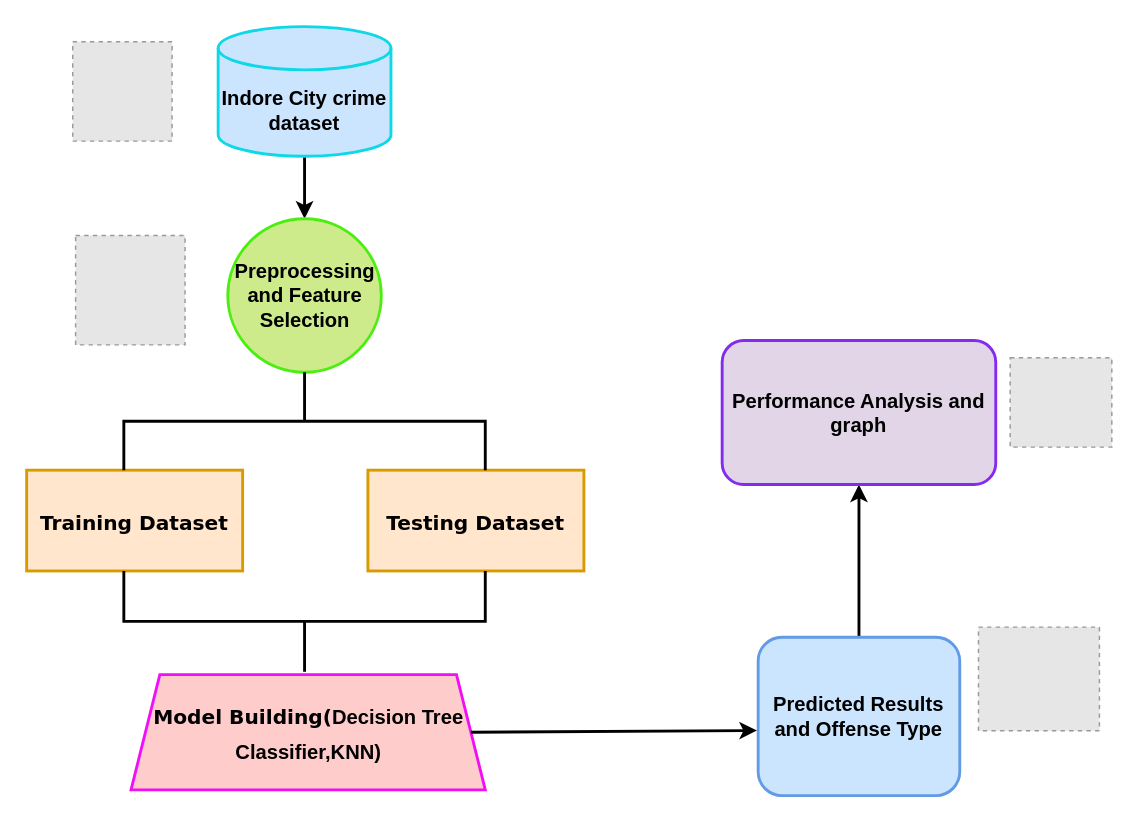
The draw.io diagram Untitled Diagram.drawio in ChanumoluGayathri/System_Design, before the edit. Source tidied: cells renumbered, new cells numbered last; positions are measured from the earlier drawing's top-left corner, leaving out a move shared by most shapes. Both pictures are drawn from the tidied source at 144%, with x=0, y=0 at pixel (26, 26). Pictures stored in the file or linked from it are replaced by grey dashed boxes.
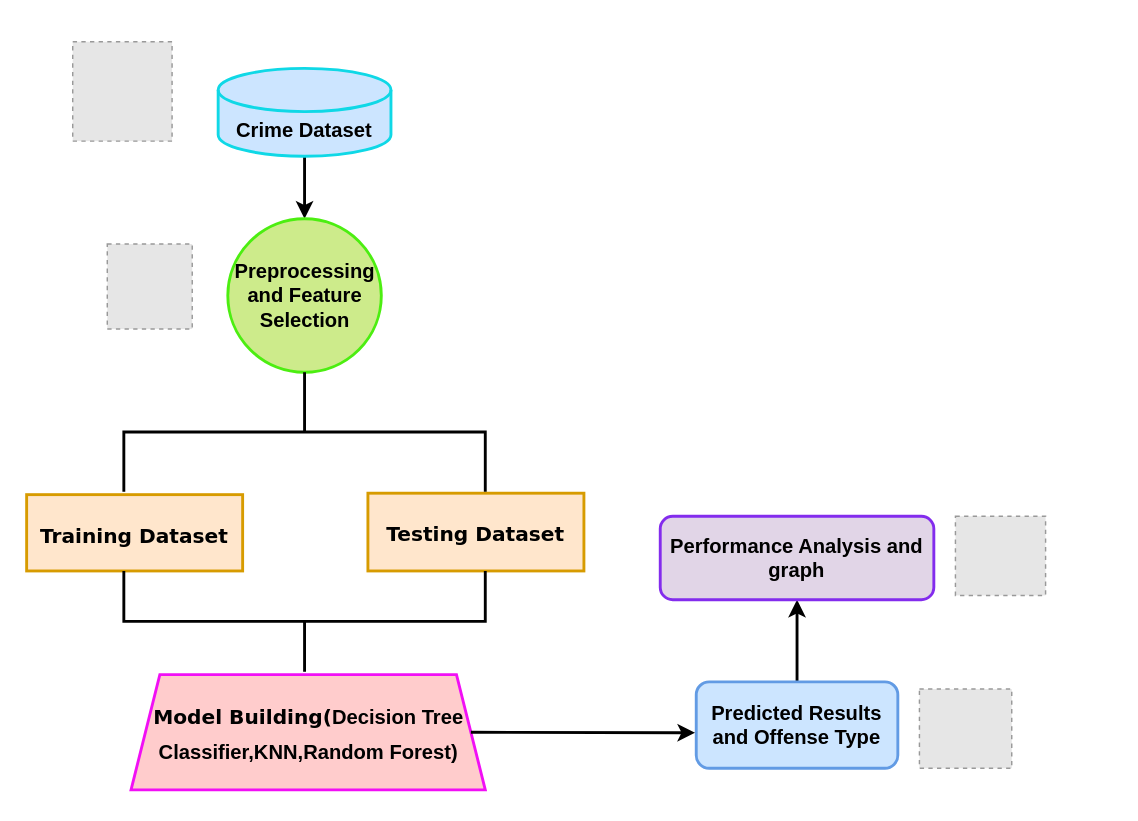
The same page after the edit.

Change to the diagram source:
```diff
@@
 <mxGraphModel>
   <root>
     <mxCell id="0" />
     <mxCell id="1" parent="0" />
     <mxCell id="2" style="edgeStyle=orthogonalEdgeStyle;rounded=0;jettySize=auto;html=1;strokeWidth=2;" parent="1" edge="1" source="3" target="4">
       <mxGeometry relative="1" as="geometry" />
     </mxCell>
-    <mxCell id="3" value="&lt;span style=&quot;font-size: 14px;&quot;&gt;&lt;b&gt;Indore City crime dataset&lt;/b&gt;&lt;/span&gt;" style="shape=cylinder3;whiteSpace=wrap;html=1;boundedLbl=1;backgroundOutline=1;size=15;fillColor=#cce5ff;strokeColor=#0fd8e6;strokeWidth=2;" parent="1" vertex="1">
-      <mxGeometry x="133" width="120" height="90" as="geometry" />
+    <mxCell id="3" value="&lt;span style=&quot;font-size: 14px;&quot;&gt;&lt;b&gt;Crime Dataset&lt;/b&gt;&lt;/span&gt;" style="shape=cylinder3;whiteSpace=wrap;html=1;boundedLbl=1;backgroundOutline=1;size=15;fillColor=#cce5ff;strokeColor=#0fd8e6;strokeWidth=2;" parent="1" vertex="1">
+      <mxGeometry x="133" y="29" width="120" height="61" as="geometry" />
     </mxCell>
     <mxCell id="4" value="&lt;b style=&quot;font-size: 14px;&quot;&gt;&lt;font style=&quot;font-size: 14px;&quot;&gt;Preprocessing and Feature S&lt;/font&gt;election&lt;/b&gt;" style="ellipse;whiteSpace=wrap;html=1;fillColor=#cdeb8b;strokeColor=#4cee11;strokeWidth=2;" parent="1" vertex="1">
       <mxGeometry x="139.7" y="133.4" width="106.6" height="106.6" as="geometry" />
     </mxCell>
     <mxCell id="5" style="edgeStyle=orthogonalEdgeStyle;rounded=0;jettySize=auto;html=1;strokeWidth=2;" parent="1" edge="1" source="6" target="7">
       <mxGeometry relative="1" as="geometry" />
     </mxCell>
     <mxCell id="6" value="&lt;b&gt;&lt;font style=&quot;font-size: 14px;&quot;&gt;Predicted Results and Offense Type&lt;/font&gt;&lt;/b&gt;" style="rounded=1;whiteSpace=wrap;html=1;fillColor=#cce5ff;strokeColor=#629be4;strokeWidth=2;" parent="1" vertex="1">
-      <mxGeometry x="508" y="424" width="140" height="110" as="geometry" />
+      <mxGeometry x="465" y="455" width="140" height="60" as="geometry" />
     </mxCell>
     <mxCell id="7" value="&lt;b&gt;&lt;font style=&quot;font-size: 14px;&quot;&gt;Performance Analysis and graph&lt;/font&gt;&lt;/b&gt;" style="rounded=1;whiteSpace=wrap;html=1;fillColor=#e1d5e7;strokeColor=#832ced;strokeWidth=2;" parent="1" vertex="1">
-      <mxGeometry x="483" y="218" width="190" height="100" as="geometry" />
+      <mxGeometry x="440" y="340" width="190" height="58" as="geometry" />
     </mxCell>
     <mxCell id="8" value="&lt;font size=&quot;1&quot; face=&quot;Verdana&quot;&gt;&lt;b style=&quot;font-size: 14px;&quot;&gt;Training Dataset&lt;/b&gt;&lt;/font&gt;" style="whiteSpace=wrap;html=1;hachureGap=4;fontFamily=Architects Daughter;fontSize=20;fillColor=#ffe6cc;strokeColor=#d79b00;strokeWidth=2;" parent="1" vertex="1">
-      <mxGeometry y="308" width="150" height="70" as="geometry" />
+      <mxGeometry y="325" width="150" height="53" as="geometry" />
     </mxCell>
     <mxCell id="9" value="&lt;font size=&quot;1&quot; face=&quot;Verdana&quot;&gt;&lt;b style=&quot;font-size: 14px;&quot;&gt;Testing Dataset&lt;/b&gt;&lt;/font&gt;" style="rounded=0;whiteSpace=wrap;html=1;hachureGap=4;fontFamily=Architects Daughter;fontSize=20;fillColor=#ffe6cc;strokeColor=#d79b00;strokeWidth=2;" parent="1" vertex="1">
-      <mxGeometry x="237" y="308" width="150" height="70" as="geometry" />
+      <mxGeometry x="237" y="324" width="150" height="54" as="geometry" />
     </mxCell>
-    <mxCell id="10" value="&lt;font style=&quot;font-size: 14px;&quot;&gt;&lt;b&gt;&lt;font style=&quot;font-size: 14px;&quot; face=&quot;Verdana&quot;&gt;Model Building(&lt;/font&gt;&lt;span style=&quot;border-color: var(--border-color); font-family: Helvetica;&quot;&gt;&lt;font style=&quot;border-color: var(--border-color); font-size: 14px;&quot;&gt;Decision Tree Classifier,KNN)&lt;/font&gt;&lt;/span&gt;&lt;/b&gt;&lt;/font&gt;" style="shape=trapezoid;perimeter=trapezoidPerimeter;whiteSpace=wrap;html=1;fixedSize=1;fontSize=20;fontFamily=Architects Daughter;hachureGap=4;fillColor=#ffcccc;strokeColor=#f10ff5;strokeWidth=2;" parent="1" vertex="1">
+    <mxCell id="10" value="&lt;font style=&quot;font-size: 14px;&quot;&gt;&lt;b&gt;&lt;font style=&quot;font-size: 14px;&quot; face=&quot;Verdana&quot;&gt;Model Building(&lt;/font&gt;&lt;span style=&quot;border-color: var(--border-color); font-family: Helvetica;&quot;&gt;&lt;font style=&quot;border-color: var(--border-color); font-size: 14px;&quot;&gt;Decision Tree Classifier,KNN,Random Forest)&lt;/font&gt;&lt;/span&gt;&lt;/b&gt;&lt;/font&gt;" style="shape=trapezoid;perimeter=trapezoidPerimeter;whiteSpace=wrap;html=1;fixedSize=1;fontSize=20;fontFamily=Architects Daughter;hachureGap=4;fillColor=#ffcccc;strokeColor=#f10ff5;strokeWidth=2;" parent="1" vertex="1">
       <mxGeometry x="72.5" y="450" width="246" height="80" as="geometry" />
     </mxCell>
     <mxCell id="11" style="fillColor=#E6E6E6;strokeColor=#999999;dashed=1;verticalLabelPosition=bottom;labelBackgroundColor=default;verticalAlign=top;" parent="1" vertex="1">
-      <mxGeometry x="34" y="145" width="76" height="76" as="geometry" />
+      <mxGeometry x="56" y="151" width="59" height="59" as="geometry" />
     </mxCell>
     <mxCell id="12" style="fillColor=#E6E6E6;strokeColor=#999999;dashed=1;verticalLabelPosition=bottom;labelBackgroundColor=default;verticalAlign=top;" parent="1" vertex="1">
       <mxGeometry x="32" y="10.5" width="69" height="69" as="geometry" />
     </mxCell>
     <mxCell id="13" style="fillColor=#E6E6E6;strokeColor=#999999;dashed=1;verticalLabelPosition=bottom;labelBackgroundColor=default;verticalAlign=top;" parent="1" vertex="1">
-      <mxGeometry x="683" y="230" width="70.6" height="62" as="geometry" />
+      <mxGeometry x="645" y="340" width="62.6" height="55" as="geometry" />
     </mxCell>
     <mxCell id="14" style="fillColor=#E6E6E6;strokeColor=#999999;dashed=1;verticalLabelPosition=bottom;labelBackgroundColor=default;verticalAlign=top;" parent="1" vertex="1">
-      <mxGeometry x="661" y="417" width="84" height="72" as="geometry" />
+      <mxGeometry x="620" y="460" width="64.1" height="55" as="geometry" />
     </mxCell>
     <mxCell id="15" style="strokeWidth=2;html=1;shape=mxgraph.flowchart.annotation_2;align=left;labelPosition=right;hachureGap=4;fontFamily=Architects Daughter;fontSize=20;perimeterSpacing=4;direction=south;" parent="1" vertex="1">
-      <mxGeometry x="67.5" y="240" width="251" height="68" as="geometry" />
+      <mxGeometry x="67.5" y="240" width="251" height="83" as="geometry" />
     </mxCell>
     <mxCell id="16" style="strokeWidth=2;html=1;shape=mxgraph.flowchart.annotation_2;align=left;labelPosition=right;hachureGap=4;fontFamily=Architects Daughter;fontSize=20;perimeterSpacing=4;direction=north;" parent="1" vertex="1">
       <mxGeometry x="67.5" y="378" width="251" height="70" as="geometry" />
     </mxCell>
     <mxCell id="17" style="endArrow=classic;html=1;rounded=0;hachureGap=4;fontFamily=Architects Daughter;fontSize=16;exitX=1;exitY=0.5;exitDx=0;exitDy=0;entryX=-0.006;entryY=0.589;entryDx=0;entryDy=0;entryPerimeter=0;strokeWidth=2;" parent="1" edge="1" source="10" target="6">
       <mxGeometry relative="1" as="geometry" />
     </mxCell>
   </root>
 </mxGraphModel>
```
